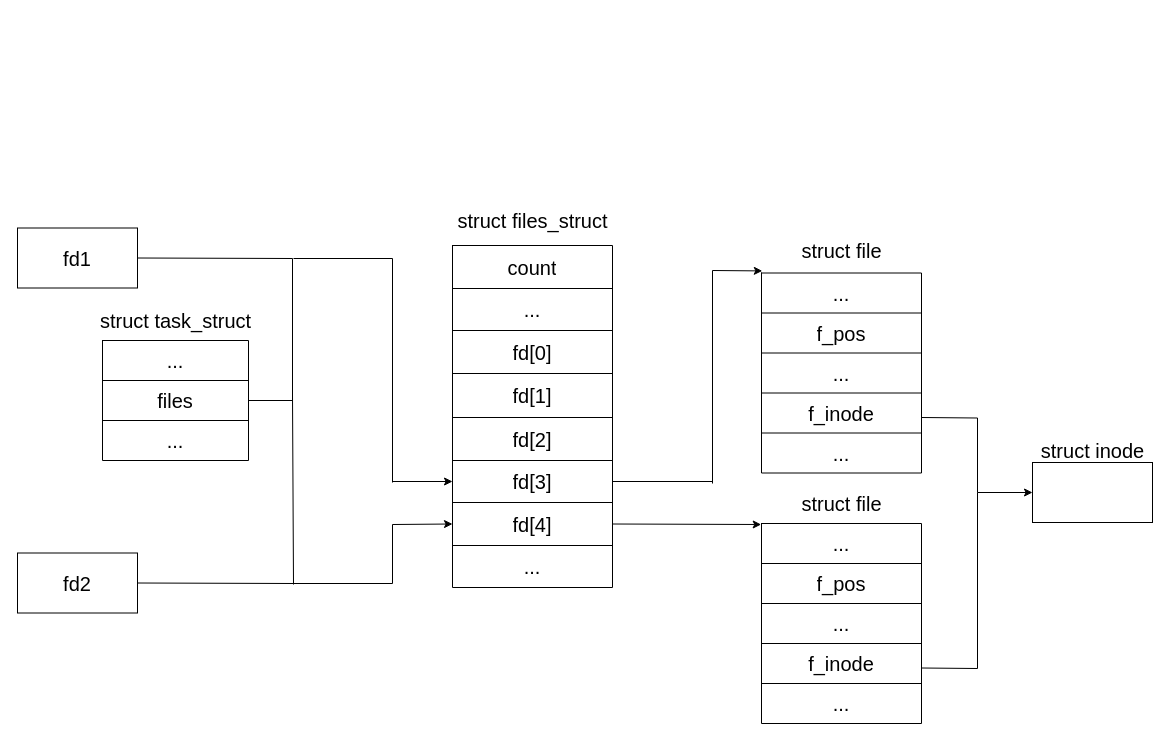
Before: page "Page-2" (2 of 3) of lab_05/docs/lab_05.drawio in alena-zayts/BMSTU_6sem_operating_systems, a draw.io diagram. Source tidied: cells renumbered, new cells numbered last; positions are measured from the earlier drawing's top-left corner, leaving out a move shared by most shapes. Both pictures are drawn from the tidied source at 100%, with x=0, y=0 at pixel (17, 205).
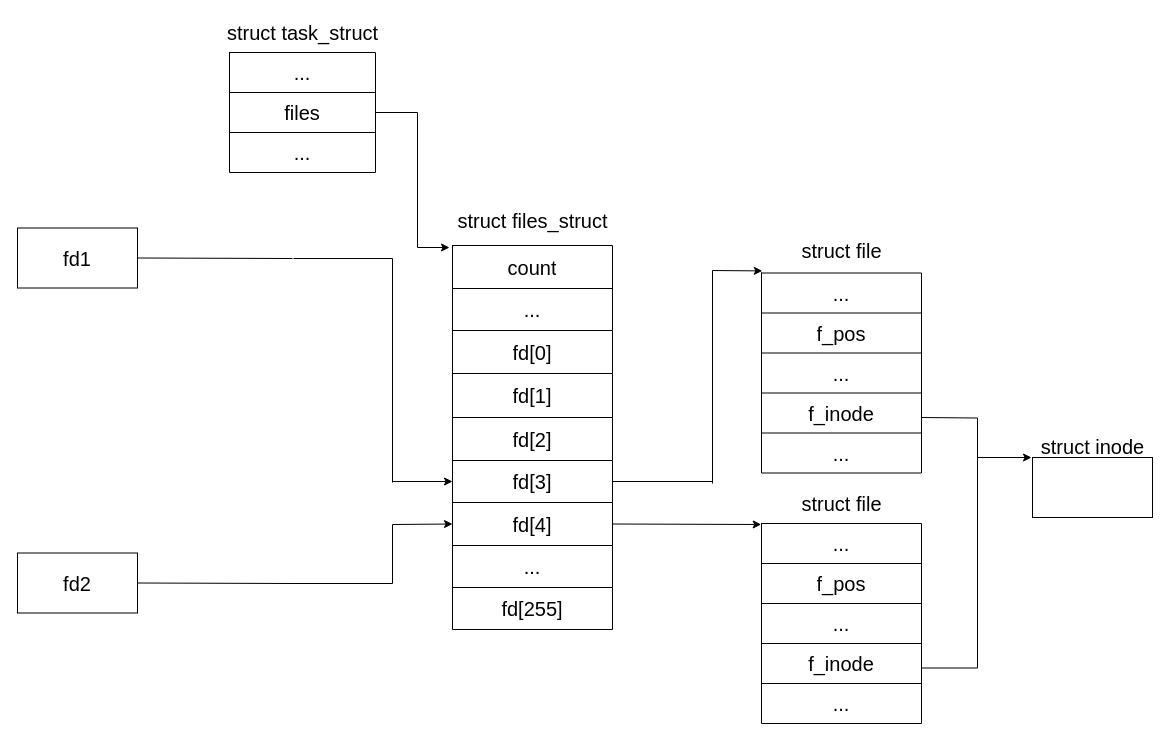
After the change.

Diff of the diagram source:
```diff
@@
-    <mxCell id="3" style="shape=table;html=1;whiteSpace=wrap;startSize=0;childLayout=tableLayout;fontSize=20;" parent="1" vertex="1">
-      <mxGeometry x="85" y="135" width="146" height="120" as="geometry" />
-    </mxCell>
-    <mxCell id="4" style="shape=partialRectangle;html=1;whiteSpace=wrap;fillColor=none;top=0;left=0;bottom=0;right=0;fontSize=20;" parent="3" vertex="1">
-      <mxGeometry width="146" height="40" as="geometry" />
-    </mxCell>
-    <mxCell id="5" value="..." style="shape=partialRectangle;html=1;whiteSpace=wrap;overflow=hidden;fillColor=none;top=0;left=0;bottom=0;right=0;fontSize=20;" parent="4" vertex="1">
-      <mxGeometry width="146" height="40" as="geometry" />
-    </mxCell>
-    <mxCell id="6" style="shape=partialRectangle;html=1;whiteSpace=wrap;fillColor=none;top=0;left=0;bottom=0;right=0;points=[[0,0.5],[1,0.5]];portConstraint=eastwest;fontSize=20;" parent="3" vertex="1">
-      <mxGeometry y="40" width="146" height="40" as="geometry" />
-    </mxCell>
-    <mxCell id="7" value="files" style="shape=partialRectangle;html=1;whiteSpace=wrap;overflow=hidden;fillColor=none;top=0;left=0;bottom=0;right=0;fontSize=20;" parent="6" vertex="1">
-      <mxGeometry width="146" height="40" as="geometry" />
-    </mxCell>
-    <mxCell id="8" style="shape=partialRectangle;html=1;whiteSpace=wrap;fillColor=none;top=0;left=0;bottom=0;right=0;fontSize=20;" parent="3" vertex="1">
-      <mxGeometry y="80" width="146" height="40" as="geometry" />
-    </mxCell>
-    <mxCell id="9" value="..." style="shape=partialRectangle;html=1;whiteSpace=wrap;overflow=hidden;fillColor=none;top=0;left=0;bottom=0;right=0;fontSize=20;" parent="8" vertex="1">
-      <mxGeometry width="146" height="40" as="geometry" />
-    </mxCell>
-    <mxCell id="10" value="struct task_struct" style="text;html=1;align=center;verticalAlign=middle;strokeColor=none;fontSize=20;" parent="1" vertex="1">
-      <mxGeometry x="73" y="100" width="170" height="30" as="geometry" />
-    </mxCell>
     <mxCell id="11" style="shape=table;html=1;whiteSpace=wrap;startSize=0;childLayout=tableLayout;fontSize=20;" parent="1" vertex="1">
-      <mxGeometry x="435" y="40" width="160" height="342" as="geometry" />
+      <mxGeometry x="435" y="40" width="160" height="384" as="geometry" />
     </mxCell>
@@
+    <mxCell id="74" style="shape=partialRectangle;html=1;whiteSpace=wrap;fillColor=none;top=0;left=0;bottom=0;right=0;fontSize=20;" parent="11" vertex="1">
+      <mxGeometry y="342" width="160" height="42" as="geometry" />
+    </mxCell>
+    <mxCell id="75" value="fd[255]" style="shape=partialRectangle;html=1;whiteSpace=wrap;overflow=hidden;fillColor=none;top=0;left=0;bottom=0;right=0;fontSize=20;" parent="74" vertex="1">
+      <mxGeometry width="160" height="42" as="geometry" />
+    </mxCell>
@@
-    <mxCell id="55" style="endArrow=none;html=1;entryX=1;entryY=0.5;entryDx=0;entryDy=0;" parent="1" edge="1" target="6">
-      <mxGeometry relative="1" as="geometry">
-        <mxPoint x="275" y="195" as="sourcePoint" />
-      </mxGeometry>
-    </mxCell>
-    <mxCell id="56" style="endArrow=none;html=1;" parent="1" edge="1">
-      <mxGeometry relative="1" as="geometry">
-        <mxPoint x="275" y="195" as="sourcePoint" />
-        <mxPoint x="275" y="53" as="targetPoint" />
-      </mxGeometry>
-    </mxCell>
@@
-    <mxCell id="58" style="endArrow=none;html=1;" parent="1" edge="1">
-      <mxGeometry relative="1" as="geometry">
-        <mxPoint x="276" y="379" as="sourcePoint" />
-        <mxPoint x="275" y="190" as="targetPoint" />
-      </mxGeometry>
-    </mxCell>
@@
     <mxCell id="69" style="rounded=0;whiteSpace=wrap;html=1;fontSize=20;" parent="1" vertex="1">
-      <mxGeometry x="1015" y="257" width="120" height="60" as="geometry" />
+      <mxGeometry x="1015" y="252" width="120" height="60" as="geometry" />
     </mxCell>
     <mxCell id="70" value="struct inode" style="text;html=1;align=center;verticalAlign=middle;strokeColor=none;fontSize=20;" parent="1" vertex="1">
-      <mxGeometry x="1015" y="229.5" width="120" height="30" as="geometry" />
+      <mxGeometry x="1015" y="225.5" width="120" height="30" as="geometry" />
     </mxCell>
-    <mxCell id="71" style="edgeStyle=orthogonalEdgeStyle;rounded=0;jettySize=auto;html=1;exitX=1;exitY=0.5;exitDx=0;exitDy=0;entryX=0;entryY=0.5;entryDx=0;entryDy=0;fontSize=20;" parent="1" edge="1" target="69">
+    <mxCell id="71" style="edgeStyle=orthogonalEdgeStyle;rounded=0;orthogonalLoop=1;jettySize=auto;html=1;exitX=1;exitY=0.5;exitDx=0;exitDy=0;fontSize=20;" parent="1" edge="1">
       <mxGeometry relative="1" as="geometry">
         <mxPoint x="904" y="462.5" as="sourcePoint" />
+        <mxPoint x="1014" y="252" as="targetPoint" />
+        <Array as="points">
+          <mxPoint x="960" y="463" />
+          <mxPoint x="960" y="252" />
+        </Array>
       </mxGeometry>
     </mxCell>
@@
+    <mxCell id="76" style="shape=table;html=1;whiteSpace=wrap;startSize=0;childLayout=tableLayout;fontSize=20;" parent="1" vertex="1">
+      <mxGeometry x="212" y="-153" width="146" height="120" as="geometry" />
+    </mxCell>
+    <mxCell id="4" style="shape=partialRectangle;html=1;whiteSpace=wrap;fillColor=none;top=0;left=0;bottom=0;right=0;fontSize=20;" parent="76" vertex="1">
+      <mxGeometry width="146" height="40" as="geometry" />
+    </mxCell>
+    <mxCell id="77" value="..." style="shape=partialRectangle;html=1;whiteSpace=wrap;overflow=hidden;fillColor=none;top=0;left=0;bottom=0;right=0;fontSize=20;" parent="4" vertex="1">
+      <mxGeometry width="146" height="40" as="geometry" />
+    </mxCell>
+    <mxCell id="6" style="shape=partialRectangle;html=1;whiteSpace=wrap;fillColor=none;top=0;left=0;bottom=0;right=0;points=[[0,0.5],[1,0.5]];portConstraint=eastwest;fontSize=20;" parent="76" vertex="1">
+      <mxGeometry y="40" width="146" height="40" as="geometry" />
+    </mxCell>
+    <mxCell id="7" value="files" style="shape=partialRectangle;html=1;whiteSpace=wrap;overflow=hidden;fillColor=none;top=0;left=0;bottom=0;right=0;fontSize=20;" parent="6" vertex="1">
+      <mxGeometry width="146" height="40" as="geometry" />
+    </mxCell>
+    <mxCell id="8" style="shape=partialRectangle;html=1;whiteSpace=wrap;fillColor=none;top=0;left=0;bottom=0;right=0;fontSize=20;" parent="76" vertex="1">
+      <mxGeometry y="80" width="146" height="40" as="geometry" />
+    </mxCell>
+    <mxCell id="78" value="..." style="shape=partialRectangle;html=1;whiteSpace=wrap;overflow=hidden;fillColor=none;top=0;left=0;bottom=0;right=0;fontSize=20;" parent="8" vertex="1">
+      <mxGeometry width="146" height="40" as="geometry" />
+    </mxCell>
+    <mxCell id="10" value="struct task_struct" style="text;html=1;align=center;verticalAlign=middle;strokeColor=none;fontSize=20;" parent="1" vertex="1">
+      <mxGeometry x="200" y="-188" width="170" height="30" as="geometry" />
+    </mxCell>
+    <mxCell id="79" style="edgeStyle=orthogonalEdgeStyle;rounded=0;jettySize=auto;html=1;exitX=1;exitY=0.5;exitDx=0;exitDy=0;" parent="1" edge="1" source="6">
+      <mxGeometry relative="1" as="geometry">
+        <mxPoint x="432" y="42" as="targetPoint" />
+        <Array as="points">
+          <mxPoint x="400" y="-93" />
+          <mxPoint x="400" y="42" />
+        </Array>
+      </mxGeometry>
+    </mxCell>
```
